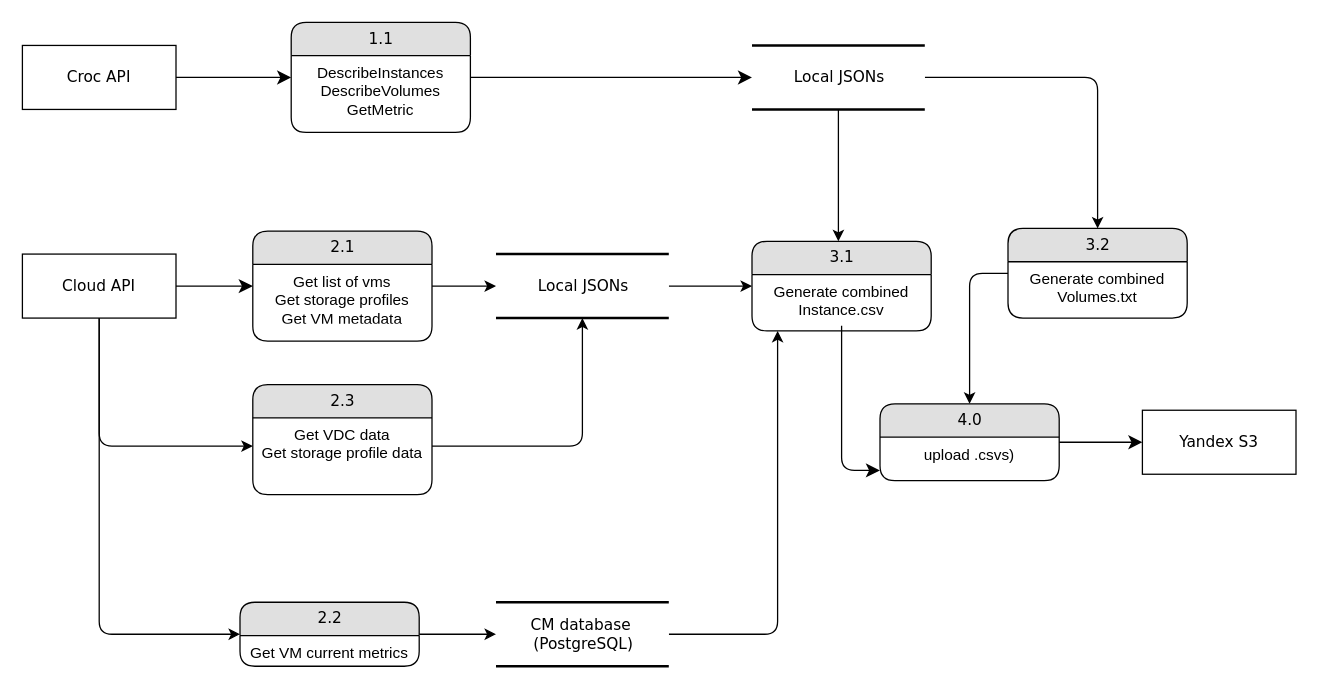
Above: t-sh-poc-dataflow.drawio in ptokarev/cloudmaster (draw.io), before the change. Source tidied: cells renumbered, new cells numbered last; positions are measured from the earlier drawing's top-left corner, leaving out a move shared by most shapes. Both pictures are drawn from the tidied source at 128%, with x=0, y=0 at pixel (22, 22).
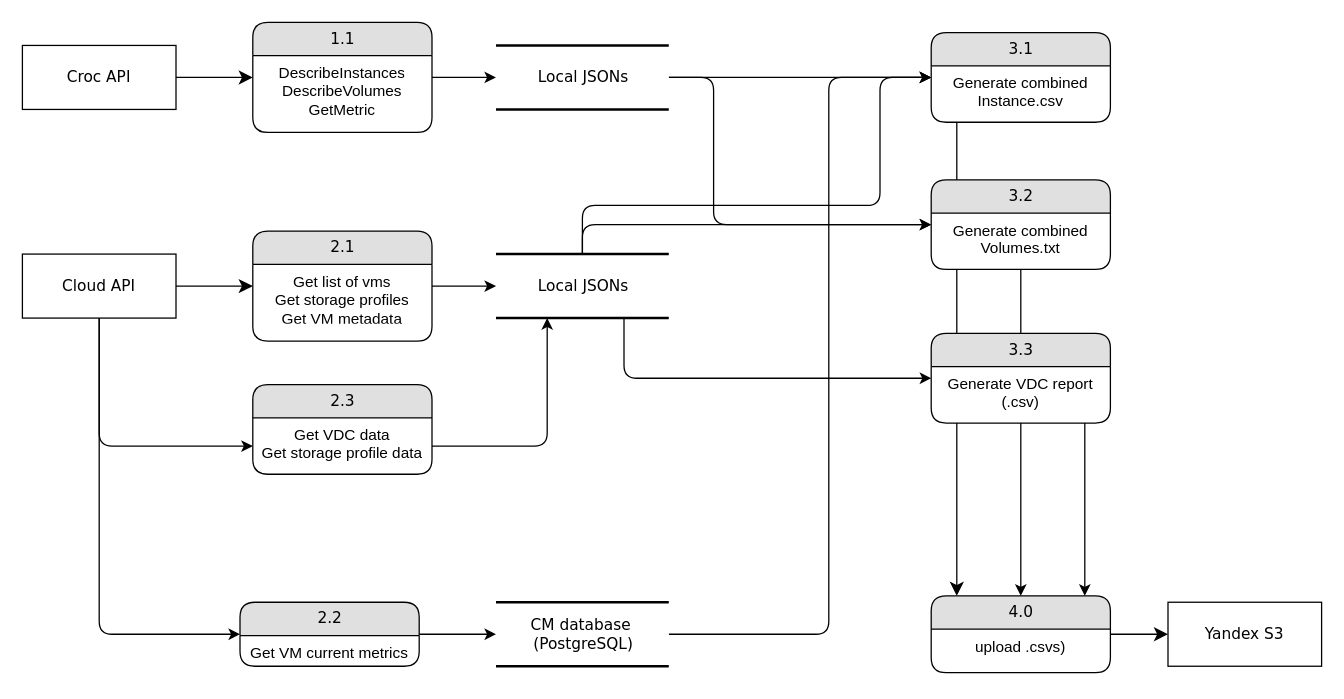
The same page after the edit.

Unchanged cells that the change refers to:
```xml
<mxCell id="6" value="CM database&amp;nbsp;&lt;div&gt;(PostgreSQL)&lt;/div&gt;" style="html=1;rounded=0;shadow=0;comic=0;labelBackgroundColor=none;strokeWidth=2;fontFamily=Verdana;fontSize=12;align=center;shape=mxgraph.ios7ui.horLines;" parent="1" vertex="1">
  <mxGeometry x="370" y="453" width="135" height="50" as="geometry" />
</mxCell>
<mxCell id="13" value="Generate combined Instance.csv" style="text;html=1;strokeColor=none;fillColor=none;spacingLeft=4;spacingRight=4;whiteSpace=wrap;overflow=hidden;points=[[0,0.5],[1,0.5]];portConstraint=eastwest;align=center;" parent="12" vertex="1">
  <mxGeometry y="26" width="140" height="40" as="geometry" />
</mxCell>
<mxCell id="19" value="Local JSONs" style="html=1;rounded=0;shadow=0;comic=0;labelBackgroundColor=none;strokeWidth=2;fontFamily=Verdana;fontSize=12;align=center;shape=mxgraph.ios7ui.horLines;" parent="1" vertex="1">
  <mxGeometry x="370" y="181" width="135" height="50" as="geometry" />
</mxCell>
<mxCell id="34" value="&lt;div&gt;Get VDC data&lt;/div&gt;&lt;div&gt;Get storage profile data&lt;/div&gt;" style="text;html=1;strokeColor=none;fillColor=none;spacingLeft=4;spacingRight=4;whiteSpace=wrap;overflow=hidden;points=[[0,0.5],[1,0.5]];portConstraint=eastwest;align=center;" parent="33" vertex="1">
  <mxGeometry y="26" width="140" height="44" as="geometry" />
</mxCell>
```

Change to the diagram source:
```diff
@@
+    <mxCell id="3" style="edgeStyle=orthogonalEdgeStyle;rounded=1;jettySize=auto;html=1;curved=0;" parent="1" edge="1" source="4" target="24">
+      <mxGeometry relative="1" as="geometry">
+        <Array as="points">
+          <mxPoint x="540" y="43" />
+          <mxPoint x="540" y="158" />
+        </Array>
+      </mxGeometry>
+    </mxCell>
     <mxCell id="2" style="edgeStyle=orthogonalEdgeStyle;rounded=1;jettySize=auto;html=1;curved=0;" parent="1" edge="1" source="4" target="12">
-      <mxGeometry relative="1" as="geometry">
-        <Array as="points">
-          <mxPoint x="610" y="171" />
-        </Array>
-      </mxGeometry>
+      <mxGeometry relative="1" as="geometry" />
     </mxCell>
-    <mxCell id="3" style="edgeStyle=orthogonalEdgeStyle;rounded=1;jettySize=auto;html=1;curved=0;" parent="1" edge="1" source="4" target="24">
-      <mxGeometry relative="1" as="geometry">
-        <Array as="points">
-          <mxPoint x="840" y="43" />
-        </Array>
-      </mxGeometry>
-    </mxCell>
     <mxCell id="4" value="Local JSONs" style="html=1;rounded=0;shadow=0;comic=0;labelBackgroundColor=none;strokeWidth=2;fontFamily=Verdana;fontSize=12;align=center;shape=mxgraph.ios7ui.horLines;" parent="1" vertex="1">
-      <mxGeometry x="570" y="18" width="135" height="50" as="geometry" />
+      <mxGeometry x="370" y="18" width="135" height="50" as="geometry" />
     </mxCell>
     <mxCell id="5" style="edgeStyle=orthogonalEdgeStyle;rounded=1;jettySize=auto;html=1;curved=0;" parent="1" edge="1" source="6" target="12">
       <mxGeometry relative="1" as="geometry">
         <Array as="points">
-          <mxPoint x="590" y="478" />
+          <mxPoint x="630" y="478" />
+          <mxPoint x="630" y="43" />
         </Array>
       </mxGeometry>
     </mxCell>
@@
-    <mxCell id="9" style="edgeStyle=orthogonalEdgeStyle;html=1;labelBackgroundColor=none;startFill=0;startSize=8;endFill=1;endSize=8;fontFamily=Verdana;fontSize=12;" parent="1" edge="1" source="10" target="4">
-      <mxGeometry relative="1" as="geometry">
-        <Array as="points">
-          <mxPoint x="633" y="43" />
-        </Array>
-      </mxGeometry>
-    </mxCell>
     <mxCell id="10" value="1.1" style="swimlane;html=1;fontStyle=0;horizontal=1;startSize=26;fillColor=#e0e0e0;swimlaneFillColor=#ffffff;align=center;rounded=1;shadow=0;comic=0;labelBackgroundColor=none;strokeWidth=1;fontFamily=Verdana;fontSize=12;" parent="1" vertex="1">
-      <mxGeometry x="210" width="140" height="86" as="geometry" />
+      <mxGeometry x="180" width="140" height="86" as="geometry" />
     </mxCell>
     <mxCell id="11" value="DescribeInstances&lt;div&gt;DescribeVolumes&lt;/div&gt;&lt;div&gt;GetMetric&lt;/div&gt;" style="text;html=1;strokeColor=none;fillColor=none;spacingLeft=4;spacingRight=4;whiteSpace=wrap;overflow=hidden;align=center;" parent="10" vertex="1">
-      <mxGeometry y="26" width="140" height="44" as="geometry" />
+      <mxGeometry y="26" width="140" height="54" as="geometry" />
     </mxCell>
+    <mxCell id="14" value="4.0" style="swimlane;html=1;fontStyle=0;horizontal=1;startSize=26;fillColor=#e0e0e0;swimlaneFillColor=#ffffff;align=center;rounded=1;shadow=0;comic=0;labelBackgroundColor=none;strokeWidth=1;fontFamily=Verdana;fontSize=12;" parent="1" vertex="1">
+      <mxGeometry x="710" y="448" width="140" height="60" as="geometry" />
+    </mxCell>
+    <mxCell id="15" value="upload .csvs)" style="text;html=1;strokeColor=none;fillColor=none;spacingLeft=4;spacingRight=4;whiteSpace=wrap;overflow=hidden;points=[[0,0.5],[1,0.5]];portConstraint=eastwest;align=center;" parent="14" vertex="1">
+      <mxGeometry y="26" width="140" height="34" as="geometry" />
+    </mxCell>
     <mxCell id="12" value="3.1" style="swimlane;html=1;fontStyle=0;horizontal=1;startSize=26;fillColor=#e0e0e0;swimlaneFillColor=#ffffff;align=center;rounded=1;shadow=0;comic=0;labelBackgroundColor=none;strokeWidth=1;fontFamily=Verdana;fontSize=12;" parent="1" vertex="1">
-      <mxGeometry x="570" y="171" width="140" height="70" as="geometry" />
+      <mxGeometry x="710" y="8" width="140" height="70" as="geometry" />
     </mxCell>
@@
-    <mxCell id="14" value="4.0" style="swimlane;html=1;fontStyle=0;horizontal=1;startSize=26;fillColor=#e0e0e0;swimlaneFillColor=#ffffff;align=center;rounded=1;shadow=0;comic=0;labelBackgroundColor=none;strokeWidth=1;fontFamily=Verdana;fontSize=12;" parent="1" vertex="1">
-      <mxGeometry x="670" y="298" width="140" height="60" as="geometry" />
-    </mxCell>
-    <mxCell id="15" value="upload .csvs)" style="text;html=1;strokeColor=none;fillColor=none;spacingLeft=4;spacingRight=4;whiteSpace=wrap;overflow=hidden;points=[[0,0.5],[1,0.5]];portConstraint=eastwest;align=center;" parent="14" vertex="1">
-      <mxGeometry y="26" width="140" height="34" as="geometry" />
-    </mxCell>
@@
+    <mxCell id="37" style="edgeStyle=orthogonalEdgeStyle;rounded=1;jettySize=auto;html=1;curved=0;" parent="1" edge="1" source="19" target="24">
+      <mxGeometry relative="1" as="geometry">
+        <Array as="points">
+          <mxPoint x="438" y="158" />
+        </Array>
+      </mxGeometry>
+    </mxCell>
     <mxCell id="17" value="Yandex S3" style="whiteSpace=wrap;html=1;rounded=0;shadow=0;comic=0;labelBackgroundColor=none;strokeWidth=1;fontFamily=Verdana;fontSize=12;align=center;" parent="1" vertex="1">
-      <mxGeometry x="875" y="303" width="120" height="50" as="geometry" />
+      <mxGeometry x="895" y="453" width="120" height="50" as="geometry" />
     </mxCell>
-    <mxCell id="18" style="edgeStyle=orthogonalEdgeStyle;rounded=0;jettySize=auto;html=1;" parent="1" edge="1" source="19" target="12">
-      <mxGeometry relative="1" as="geometry" />
+    <mxCell id="18" style="edgeStyle=orthogonalEdgeStyle;rounded=1;jettySize=auto;html=1;curved=0;" parent="1" edge="1" source="19" target="12">
+      <mxGeometry relative="1" as="geometry">
+        <Array as="points">
+          <mxPoint x="438" y="143" />
+          <mxPoint x="670" y="143" />
+          <mxPoint x="670" y="43" />
+        </Array>
+      </mxGeometry>
     </mxCell>
+    <mxCell id="38" style="edgeStyle=orthogonalEdgeStyle;rounded=1;jettySize=auto;html=1;curved=0;" parent="1" edge="1" source="19" target="40">
+      <mxGeometry relative="1" as="geometry">
+        <Array as="points">
+          <mxPoint x="470" y="278" />
+        </Array>
+      </mxGeometry>
+    </mxCell>
@@
-    <mxCell id="23" style="edgeStyle=orthogonalEdgeStyle;rounded=1;jettySize=auto;html=1;curved=0;" parent="1" edge="1" source="24" target="14">
+    <mxCell id="23" style="edgeStyle=orthogonalEdgeStyle;rounded=0;jettySize=auto;html=1;" parent="1" edge="1" source="24" target="14">
       <mxGeometry relative="1" as="geometry">
         <Array as="points">
-          <mxPoint x="740" y="293" />
-          <mxPoint x="740" y="293" />
+          <mxPoint x="780" y="223" />
+          <mxPoint x="780" y="223" />
         </Array>
       </mxGeometry>
     </mxCell>
-    <mxCell id="24" value="3.2" style="swimlane;html=1;fontStyle=0;horizontal=1;startSize=26;fillColor=#e0e0e0;swimlaneFillColor=#ffffff;align=center;rounded=1;shadow=0;comic=0;labelBackgroundColor=none;strokeWidth=1;fontFamily=Verdana;fontSize=12;" parent="1" vertex="1">
-      <mxGeometry x="770" y="161" width="140" height="70" as="geometry" />
-    </mxCell>
-    <mxCell id="25" value="Generate combined Volumes.txt" style="text;html=1;strokeColor=none;fillColor=none;spacingLeft=4;spacingRight=4;whiteSpace=wrap;overflow=hidden;align=center;" parent="24" vertex="1">
-      <mxGeometry y="26" width="140" height="44" as="geometry" />
-    </mxCell>
-    <mxCell id="26" style="edgeStyle=orthogonalEdgeStyle;html=1;labelBackgroundColor=none;startFill=0;startSize=8;endFill=1;endSize=8;fontFamily=Verdana;fontSize=12;" parent="1" edge="1" source="13" target="15">
+    <mxCell id="26" style="edgeStyle=orthogonalEdgeStyle;html=1;labelBackgroundColor=none;startFill=0;startSize=8;endFill=1;endSize=8;fontFamily=Verdana;fontSize=12;" parent="1" edge="1" source="12" target="14">
       <mxGeometry relative="1" as="geometry">
         <Array as="points">
-          <mxPoint x="640" y="350" />
+          <mxPoint x="730" y="163" />
+          <mxPoint x="730" y="163" />
         </Array>
       </mxGeometry>
     </mxCell>
@@
     <mxCell id="33" value="2.3" style="swimlane;html=1;fontStyle=0;horizontal=1;startSize=26;fillColor=#e0e0e0;swimlaneFillColor=#ffffff;align=center;rounded=1;shadow=0;comic=0;labelBackgroundColor=none;strokeWidth=1;fontFamily=Verdana;fontSize=12;" parent="1" vertex="1">
-      <mxGeometry x="180" y="283" width="140" height="86" as="geometry" />
+      <mxGeometry x="180" y="283" width="140" height="70" as="geometry" />
     </mxCell>
@@
     <mxCell id="36" style="edgeStyle=orthogonalEdgeStyle;rounded=1;jettySize=auto;html=1;curved=0;" parent="1" edge="1" source="34" target="19">
-      <mxGeometry relative="1" as="geometry" />
+      <mxGeometry relative="1" as="geometry">
+        <Array as="points">
+          <mxPoint x="410" y="331" />
+        </Array>
+      </mxGeometry>
     </mxCell>
+    <mxCell id="39" style="edgeStyle=orthogonalEdgeStyle;rounded=1;jettySize=auto;html=1;curved=0;" parent="1" edge="1" source="40" target="14">
+      <mxGeometry relative="1" as="geometry">
+        <Array as="points">
+          <mxPoint x="830" y="373" />
+          <mxPoint x="830" y="373" />
+        </Array>
+      </mxGeometry>
+    </mxCell>
+    <mxCell id="40" value="3.3" style="swimlane;html=1;fontStyle=0;horizontal=1;startSize=26;fillColor=#e0e0e0;swimlaneFillColor=#ffffff;align=center;rounded=1;shadow=0;comic=0;labelBackgroundColor=none;strokeWidth=1;fontFamily=Verdana;fontSize=12;" parent="1" vertex="1">
+      <mxGeometry x="710" y="243" width="140" height="70" as="geometry" />
+    </mxCell>
+    <mxCell id="41" value="Generate VDC report (.csv)" style="text;html=1;strokeColor=none;fillColor=none;spacingLeft=4;spacingRight=4;whiteSpace=wrap;overflow=hidden;align=center;" parent="40" vertex="1">
+      <mxGeometry y="26" width="140" height="40" as="geometry" />
+    </mxCell>
+    <mxCell id="9" style="edgeStyle=orthogonalEdgeStyle;rounded=0;jettySize=auto;html=1;" parent="1" edge="1" source="10" target="4">
+      <mxGeometry relative="1" as="geometry" />
+    </mxCell>
+    <mxCell id="24" value="3.2" style="swimlane;html=1;fontStyle=0;horizontal=1;startSize=26;fillColor=#e0e0e0;swimlaneFillColor=#ffffff;align=center;rounded=1;shadow=0;comic=0;labelBackgroundColor=none;strokeWidth=1;fontFamily=Verdana;fontSize=12;" parent="1" vertex="1">
+      <mxGeometry x="710" y="123" width="140" height="70" as="geometry" />
+    </mxCell>
+    <mxCell id="25" value="Generate combined Volumes.txt" style="text;html=1;strokeColor=none;fillColor=none;spacingLeft=4;spacingRight=4;whiteSpace=wrap;overflow=hidden;align=center;" parent="24" vertex="1">
+      <mxGeometry y="26" width="140" height="44" as="geometry" />
+    </mxCell>
```
